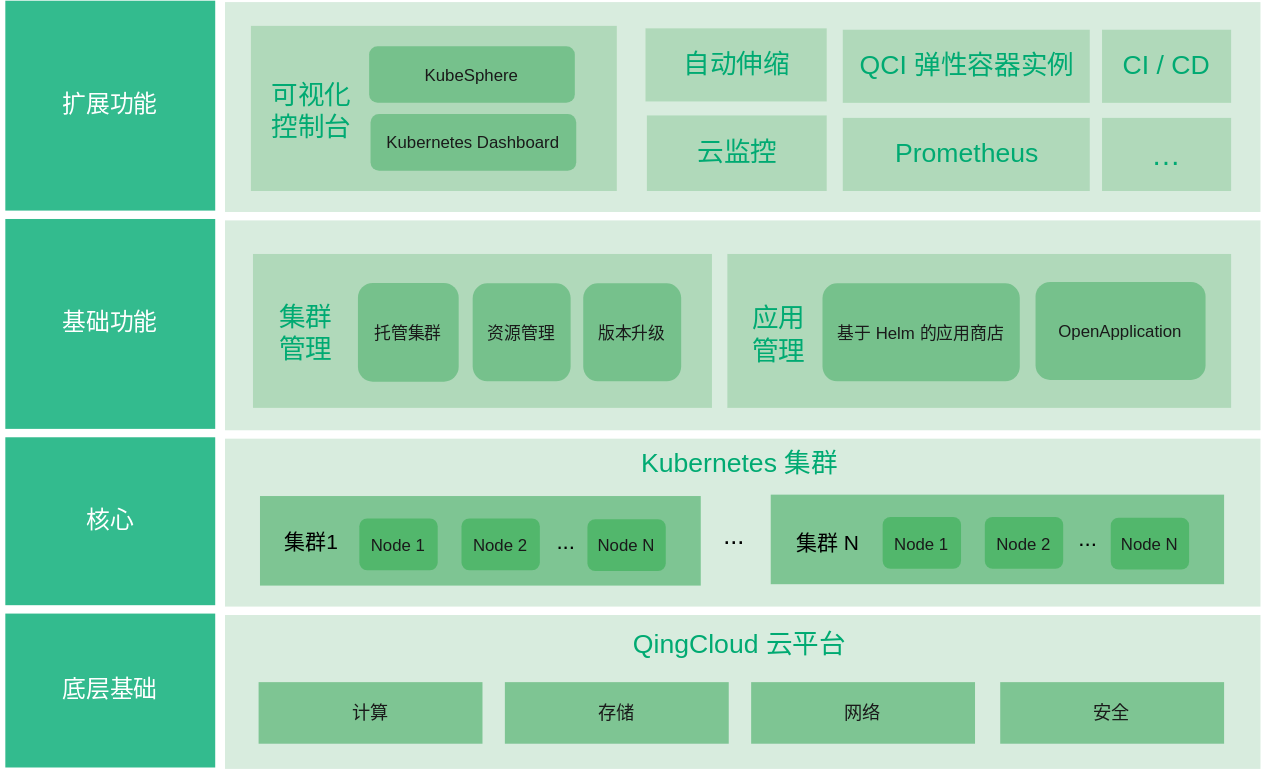
This is content/container/qke_plus/_images/qke_structure.svg from yunify/enterprise-cloud-docs, a draw.io export, as it was before one commit. Source tidied: cells renumbered, new cells last; positions are measured from the earlier drawing's top-left corner, leaving out a move shared by most shapes.
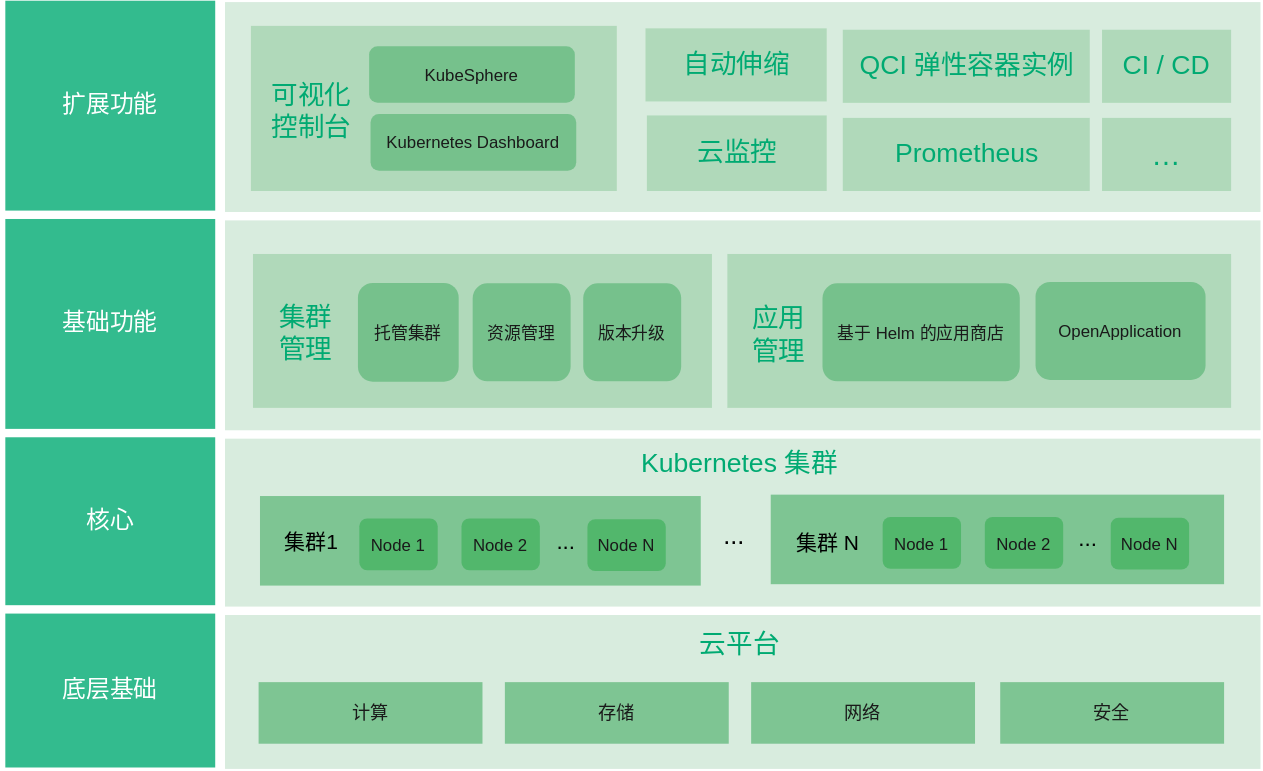
Later version of the same file.

The edit, as a diff of the source:
```diff
@@ -32,7 +32,7 @@
     <mxCell id="11" value="&lt;font color=&quot;#1a1a1a&quot;&gt;安全&lt;/font&gt;" style="text;html=1;strokeColor=none;fillColor=#68BC81;align=center;verticalAlign=middle;whiteSpace=wrap;rounded=0;dashed=1;fontSize=13;fontColor=#ffffff;opacity=80;" parent="6" vertex="1">
       <mxGeometry x="554" y="48" width="160" height="44" as="geometry" />
     </mxCell>
-    <mxCell id="12" value="&lt;div style=&quot;font-size: 19px;&quot;&gt;QingCloud 云平台&lt;/div&gt;" style="text;html=1;strokeColor=none;fillColor=none;align=center;verticalAlign=middle;whiteSpace=wrap;rounded=0;fontColor=#00AA72;opacity=80;strokeWidth=6;fontSize=19;" parent="6" vertex="1">
+    <mxCell id="12" value="&lt;div style=&quot;font-size: 19px;&quot;&gt;云平台&lt;/div&gt;" style="text;html=1;strokeColor=none;fillColor=none;align=center;verticalAlign=middle;whiteSpace=wrap;rounded=0;fontColor=#00AA72;opacity=80;strokeWidth=6;fontSize=19;" parent="6" vertex="1">
       <mxGeometry x="270.2" y="7" width="196" height="30" as="geometry" />
     </mxCell>
     <mxCell id="13" style="group;" parent="2" vertex="1">
```
